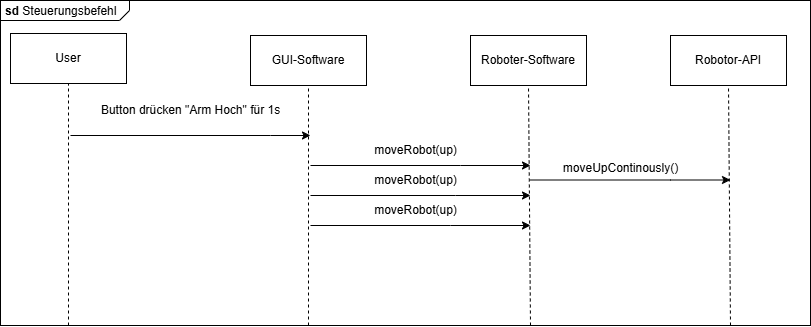
This is Docs/diagrams/Steuerungsbefehl.png from DavidDao1997/VS_Praktikum-2025-SoSe, a draw.io export, as it was before one commit. Source tidied: cells renumbered, new cells last; positions are measured from the earlier drawing's top-left corner, leaving out a move shared by most shapes. The source it was exported from:
```xml
<mxGraphModel>
  <root>
    <mxCell id="0" />
    <mxCell id="1" parent="0" />
    <mxCell id="2" value="&lt;p style=&quot;margin:0px;margin-top:4px;margin-left:5px;text-align:left;&quot;&gt;&lt;b&gt;sd&lt;/b&gt;  Steuerungsbefehl&lt;/p&gt;" style="html=1;shape=mxgraph.sysml.package;overflow=fill;labelX=129;align=left;spacingLeft=5;verticalAlign=top;spacingTop=-3;" parent="1" vertex="1">
      <mxGeometry width="810" height="325" as="geometry" />
    </mxCell>
    <mxCell id="3" value="GUI-Software" style="html=1;whiteSpace=wrap;" parent="1" vertex="1">
      <mxGeometry x="250" y="35" width="116" height="50" as="geometry" />
    </mxCell>
    <mxCell id="4" style="endArrow=none;html=1;rounded=0;entryX=0.5;entryY=1;entryDx=0;entryDy=0;dashed=1;" parent="1" edge="1" target="3">
      <mxGeometry relative="1" as="geometry">
        <mxPoint x="308" y="325" as="sourcePoint" />
      </mxGeometry>
    </mxCell>
    <mxCell id="5" value="Roboter-Software" style="html=1;whiteSpace=wrap;" parent="1" vertex="1">
      <mxGeometry x="470" y="35" width="116" height="50" as="geometry" />
    </mxCell>
    <mxCell id="6" style="endArrow=none;html=1;rounded=0;entryX=0.5;entryY=1;entryDx=0;entryDy=0;dashed=1;" parent="1" edge="1" target="5">
      <mxGeometry relative="1" as="geometry">
        <mxPoint x="530" y="325" as="sourcePoint" />
      </mxGeometry>
    </mxCell>
    <mxCell id="7" value="Robotor-API" style="html=1;whiteSpace=wrap;" parent="1" vertex="1">
      <mxGeometry x="670" y="35" width="116" height="50" as="geometry" />
    </mxCell>
    <mxCell id="8" style="endArrow=none;html=1;rounded=0;entryX=0.5;entryY=1;entryDx=0;entryDy=0;dashed=1;" parent="1" edge="1" target="7">
      <mxGeometry relative="1" as="geometry">
        <mxPoint x="730" y="325" as="sourcePoint" />
      </mxGeometry>
    </mxCell>
    <mxCell id="9" value="User" style="html=1;whiteSpace=wrap;" parent="1" vertex="1">
      <mxGeometry x="10" y="33" width="116" height="50" as="geometry" />
    </mxCell>
    <mxCell id="10" style="endArrow=none;html=1;rounded=0;entryX=0.5;entryY=1;entryDx=0;entryDy=0;dashed=1;" parent="1" edge="1" target="9">
      <mxGeometry relative="1" as="geometry">
        <mxPoint x="68" y="325" as="sourcePoint" />
      </mxGeometry>
    </mxCell>
    <mxCell id="11" style="edgeStyle=orthogonalEdgeStyle;rounded=0;orthogonalLoop=1;jettySize=auto;html=1;curved=0;" parent="1" edge="1">
      <mxGeometry relative="1" as="geometry">
        <mxPoint x="70" y="135" as="sourcePoint" />
        <mxPoint x="310" y="135" as="targetPoint" />
        <Array as="points">
          <mxPoint x="270" y="135" />
          <mxPoint x="270" y="135" />
        </Array>
      </mxGeometry>
    </mxCell>
    <mxCell id="12" value="Button drücken &quot;Arm Hoch&quot; für 1s" style="text;html=1;align=center;verticalAlign=middle;strokeColor=none;fillColor=none;" parent="1" vertex="1">
      <mxGeometry x="90" y="95" width="200" height="30" as="geometry" />
    </mxCell>
    <mxCell id="13" style="edgeStyle=orthogonalEdgeStyle;rounded=0;orthogonalLoop=1;jettySize=auto;html=1;curved=0;" parent="1" edge="1">
      <mxGeometry relative="1" as="geometry">
        <mxPoint x="310" y="165" as="sourcePoint" />
        <mxPoint x="530" y="165" as="targetPoint" />
        <Array as="points">
          <mxPoint x="460" y="165" />
          <mxPoint x="460" y="165" />
        </Array>
      </mxGeometry>
    </mxCell>
    <mxCell id="14" value="moveRobot(up)" style="text;html=1;align=center;verticalAlign=middle;strokeColor=none;fillColor=none;" parent="1" vertex="1">
      <mxGeometry x="360" y="135" width="110" height="30" as="geometry" />
    </mxCell>
    <mxCell id="15" style="edgeStyle=orthogonalEdgeStyle;rounded=0;orthogonalLoop=1;jettySize=auto;html=1;curved=0;" parent="1" edge="1">
      <mxGeometry relative="1" as="geometry">
        <mxPoint x="310" y="195" as="sourcePoint" />
        <mxPoint x="530" y="195" as="targetPoint" />
        <Array as="points">
          <mxPoint x="455" y="195" />
          <mxPoint x="455" y="195" />
        </Array>
      </mxGeometry>
    </mxCell>
    <mxCell id="16" value="moveRobot(up)" style="text;html=1;align=center;verticalAlign=middle;strokeColor=none;fillColor=none;" parent="1" vertex="1">
      <mxGeometry x="360" y="165" width="110" height="30" as="geometry" />
    </mxCell>
    <mxCell id="17" style="edgeStyle=orthogonalEdgeStyle;rounded=0;orthogonalLoop=1;jettySize=auto;html=1;curved=0;" parent="1" edge="1">
      <mxGeometry relative="1" as="geometry">
        <mxPoint x="310" y="225" as="sourcePoint" />
        <mxPoint x="530" y="225" as="targetPoint" />
        <Array as="points">
          <mxPoint x="450" y="225" />
          <mxPoint x="450" y="225" />
        </Array>
      </mxGeometry>
    </mxCell>
    <mxCell id="18" value="moveRobot(up)" style="text;html=1;align=center;verticalAlign=middle;strokeColor=none;fillColor=none;" parent="1" vertex="1">
      <mxGeometry x="360" y="195" width="110" height="30" as="geometry" />
    </mxCell>
    <mxCell id="19" style="edgeStyle=orthogonalEdgeStyle;rounded=0;orthogonalLoop=1;jettySize=auto;html=1;curved=0;" parent="1" edge="1">
      <mxGeometry relative="1" as="geometry">
        <mxPoint x="530" y="179.5" as="sourcePoint" />
        <mxPoint x="730" y="179.5" as="targetPoint" />
        <Array as="points">
          <mxPoint x="670" y="179.5" />
          <mxPoint x="670" y="179.5" />
        </Array>
      </mxGeometry>
    </mxCell>
    <mxCell id="20" value="moveUpContinously()" style="text;html=1;align=center;verticalAlign=middle;strokeColor=none;fillColor=none;" parent="1" vertex="1">
      <mxGeometry x="550" y="153" width="140" height="30" as="geometry" />
    </mxCell>
  </root>
</mxGraphModel>
```
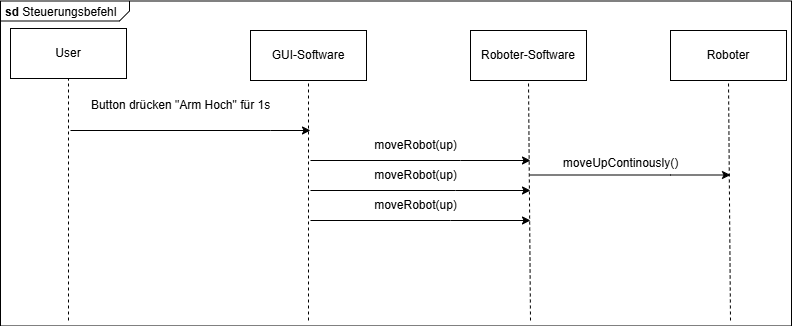
The same file after the commit.

What changed in the source:
```diff
@@ -3,7 +3,7 @@
     <mxCell id="0" />
     <mxCell id="1" parent="0" />
     <mxCell id="2" value="&lt;p style=&quot;margin:0px;margin-top:4px;margin-left:5px;text-align:left;&quot;&gt;&lt;b&gt;sd&lt;/b&gt;  Steuerungsbefehl&lt;/p&gt;" style="html=1;shape=mxgraph.sysml.package;overflow=fill;labelX=129;align=left;spacingLeft=5;verticalAlign=top;spacingTop=-3;" parent="1" vertex="1">
-      <mxGeometry width="810" height="325" as="geometry" />
+      <mxGeometry y="5.5" width="791" height="325" as="geometry" />
     </mxCell>
     <mxCell id="3" value="GUI-Software" style="html=1;whiteSpace=wrap;" parent="1" vertex="1">
       <mxGeometry x="250" y="35" width="116" height="50" as="geometry" />
@@ -21,7 +21,7 @@
         <mxPoint x="530" y="325" as="sourcePoint" />
       </mxGeometry>
     </mxCell>
-    <mxCell id="7" value="Robotor-API" style="html=1;whiteSpace=wrap;" parent="1" vertex="1">
+    <mxCell id="7" value="Roboter" style="html=1;whiteSpace=wrap;" parent="1" vertex="1">
       <mxGeometry x="670" y="35" width="116" height="50" as="geometry" />
     </mxCell>
     <mxCell id="8" style="endArrow=none;html=1;rounded=0;entryX=0.5;entryY=1;entryDx=0;entryDy=0;dashed=1;" parent="1" edge="1" target="7">
@@ -48,7 +48,7 @@
       </mxGeometry>
     </mxCell>
     <mxCell id="12" value="Button drücken &quot;Arm Hoch&quot; für 1s" style="text;html=1;align=center;verticalAlign=middle;strokeColor=none;fillColor=none;" parent="1" vertex="1">
-      <mxGeometry x="90" y="95" width="200" height="30" as="geometry" />
+      <mxGeometry x="80" y="95" width="200" height="30" as="geometry" />
     </mxCell>
     <mxCell id="13" style="edgeStyle=orthogonalEdgeStyle;rounded=0;orthogonalLoop=1;jettySize=auto;html=1;curved=0;" parent="1" edge="1">
       <mxGeometry relative="1" as="geometry">
```
